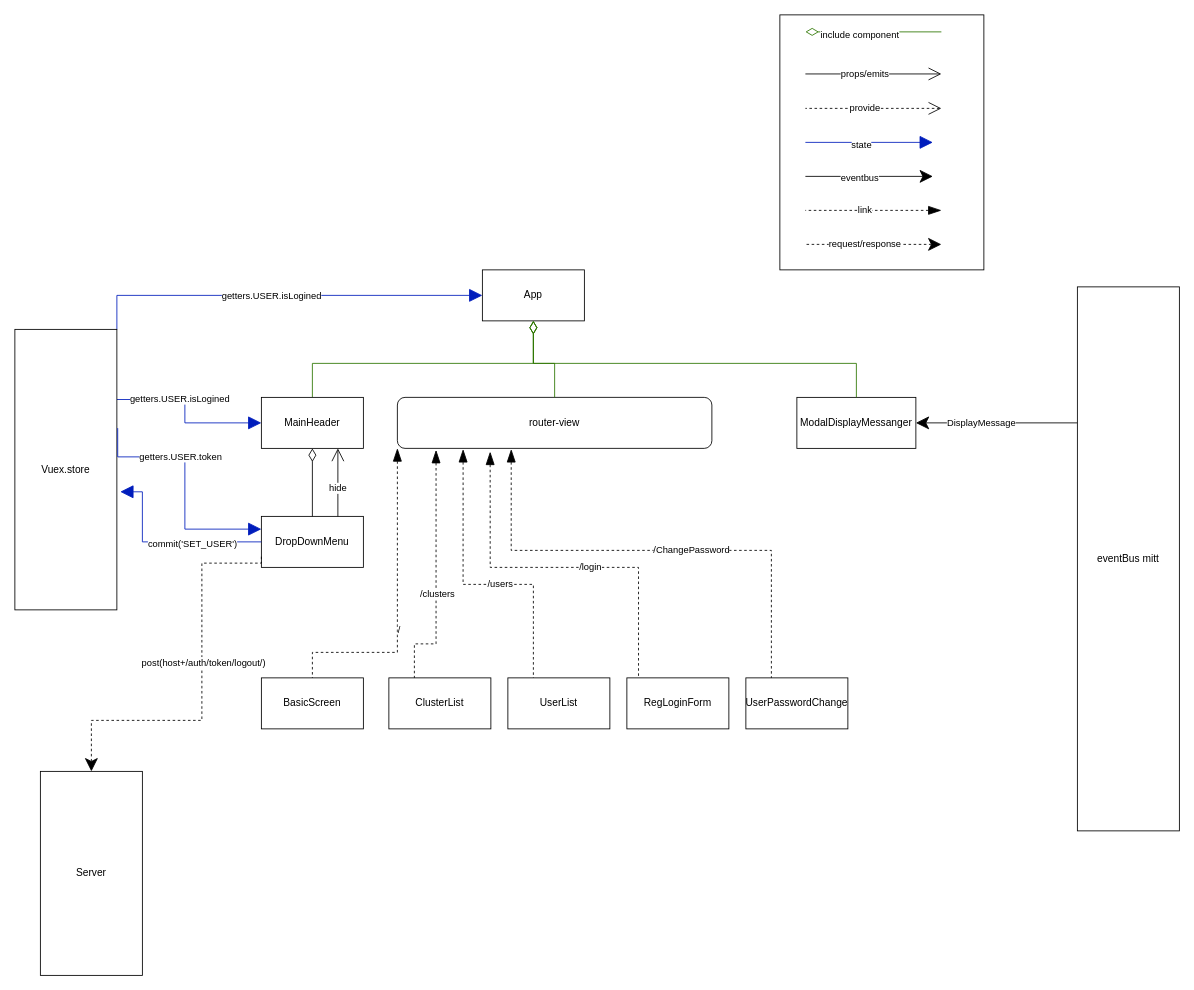
Vlad059/maestrocloud_diagrams keeps this draw.io diagram as page "App" (1 of 5) of frontend/architecture/maestrocloud_frontend (1).drawio. Above is the earlier version. Source tidied: cells renumbered, new cells numbered last; positions are measured from the earlier drawing's top-left corner, leaving out a move shared by most shapes. Both pictures are drawn from the tidied source at 85%, with x=0, y=0 at pixel (14, 14).
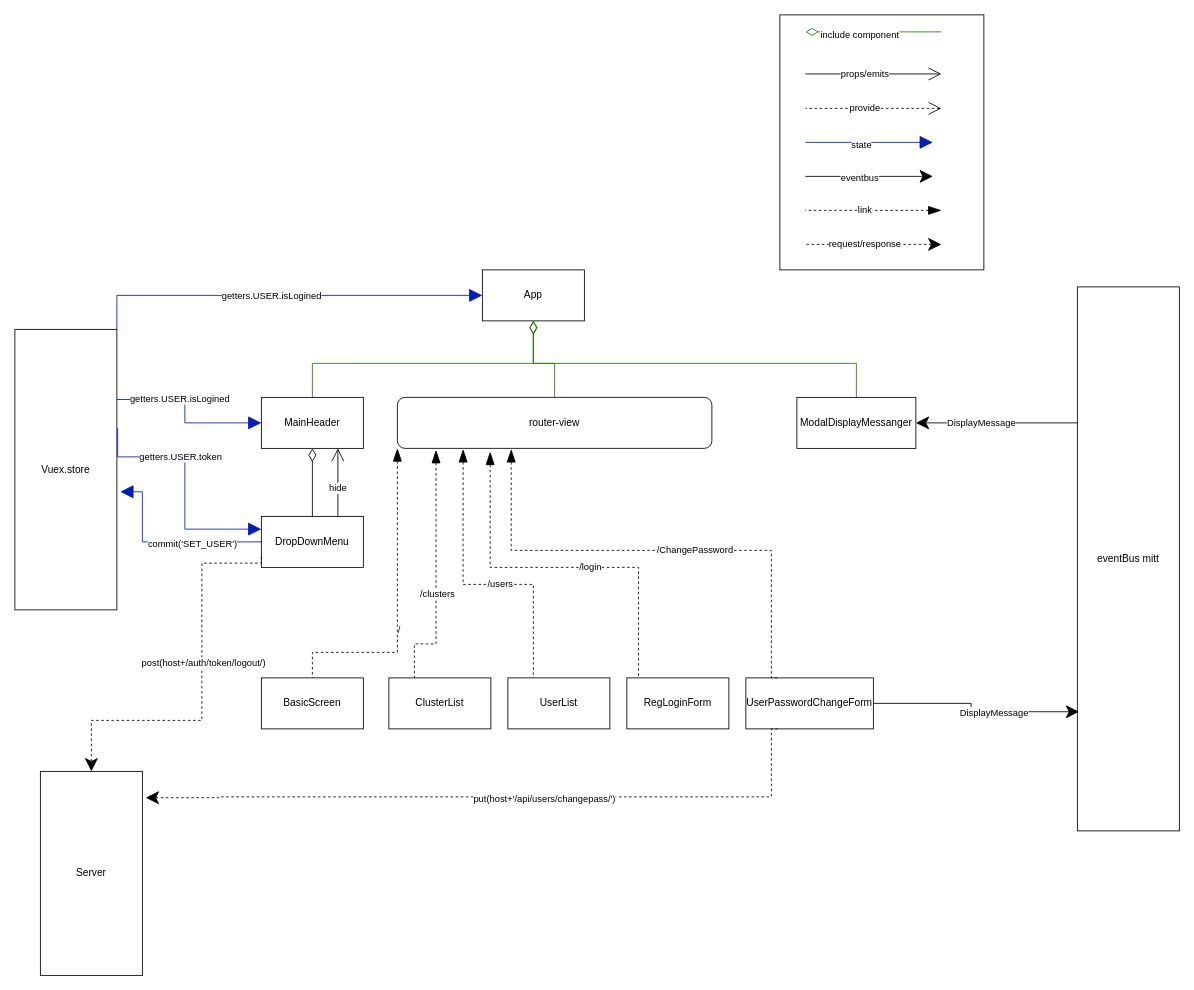
After the change.

The change refers to these unchanged cells:
```xml
<mxCell id="13" value="eventBus mitt" style="rounded=0;whiteSpace=wrap;html=1;" parent="1" vertex="1">
  <mxGeometry x="1250" y="320" width="120" height="640" as="geometry" />
</mxCell>
<mxCell id="23" value="Server" style="rounded=0;whiteSpace=wrap;html=1;" parent="1" vertex="1">
  <mxGeometry x="30" y="890" width="120" height="240" as="geometry" />
</mxCell>
```

Change to the diagram source:
```diff
@@
-    <mxCell id="54" value="UserPasswordChange" style="rounded=0;whiteSpace=wrap;html=1;" parent="1" vertex="1">
-      <mxGeometry x="860" y="780" width="120" height="60" as="geometry" />
+    <mxCell id="54" value="UserPasswordChangeForm" style="rounded=0;whiteSpace=wrap;html=1;" parent="1" vertex="1">
+      <mxGeometry x="860" y="780" width="150" height="60" as="geometry" />
     </mxCell>
@@
+    <mxCell id="59" style="edgeStyle=orthogonalEdgeStyle;rounded=0;jettySize=auto;html=1;exitX=1.033;exitY=0.129;exitDx=0;exitDy=0;startArrow=classic;startFill=1;targetPerimeterSpacing=6;sourcePerimeterSpacing=4;endSize=7;startSize=13;endArrow=none;endFill=0;dashed=1;entryX=0.25;entryY=1;entryDx=0;entryDy=0;exitPerimeter=0;" parent="1" edge="1" source="23" target="54">
+      <mxGeometry relative="1" as="geometry">
+        <Array as="points">
+          <mxPoint x="240" y="921" />
+          <mxPoint x="240" y="920" />
+          <mxPoint x="890" y="920" />
+        </Array>
+      </mxGeometry>
+    </mxCell>
+    <mxCell id="60" value="put(host+'/api/users/changepass/')" style="edgeLabel;html=1;align=center;verticalAlign=middle;" parent="59" vertex="1">
+      <mxGeometry x="0.14" y="-1" relative="1" as="geometry" />
+    </mxCell>
+    <mxCell id="61" style="edgeStyle=orthogonalEdgeStyle;rounded=0;jettySize=auto;html=1;startArrow=classic;startFill=1;endArrow=none;endFill=0;startSize=13;endSize=13;sourcePerimeterSpacing=4;targetPerimeterSpacing=6;entryX=1;entryY=0.5;entryDx=0;entryDy=0;exitX=0.017;exitY=0.781;exitDx=0;exitDy=0;exitPerimeter=0;" parent="1" edge="1" source="13" target="54">
+      <mxGeometry relative="1" as="geometry" />
+    </mxCell>
+    <mxCell id="62" value="DisplayMessage" style="edgeLabel;html=1;align=center;verticalAlign=middle;" parent="61" vertex="1">
+      <mxGeometry x="-0.2" y="1" relative="1" as="geometry" />
+    </mxCell>
```
